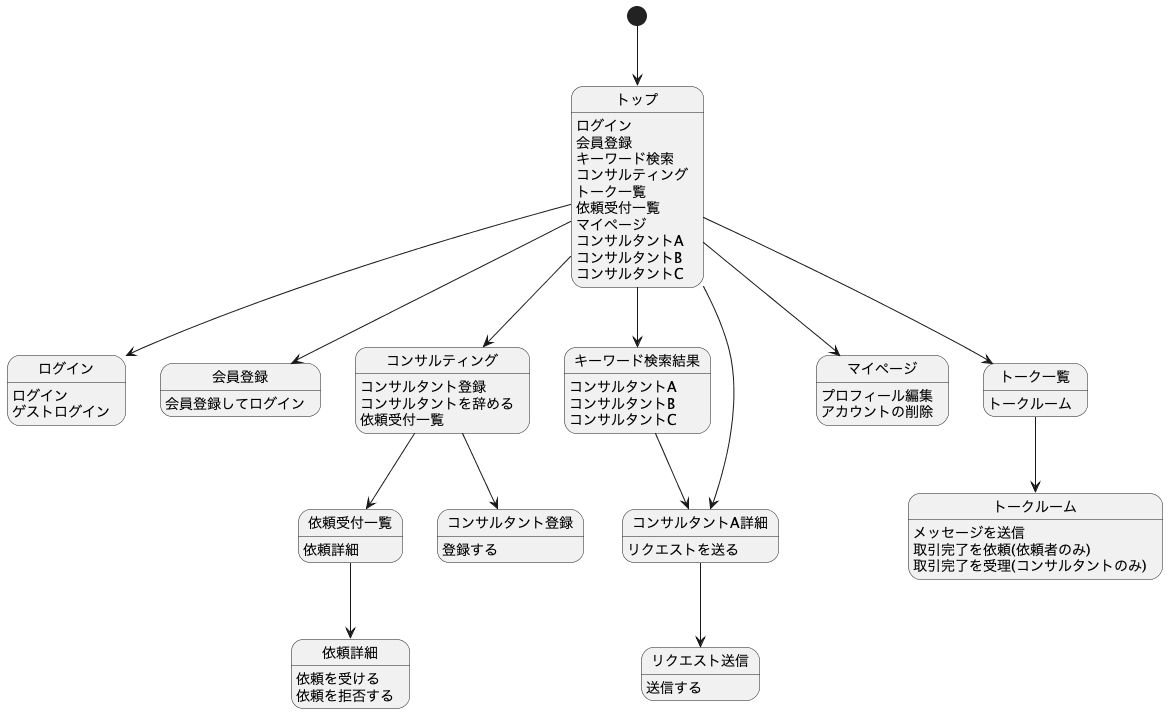
The PlantUML diagram documents/【旧】screen_flow_diagram.png in nobukofu69/origin-idea, before a commit.
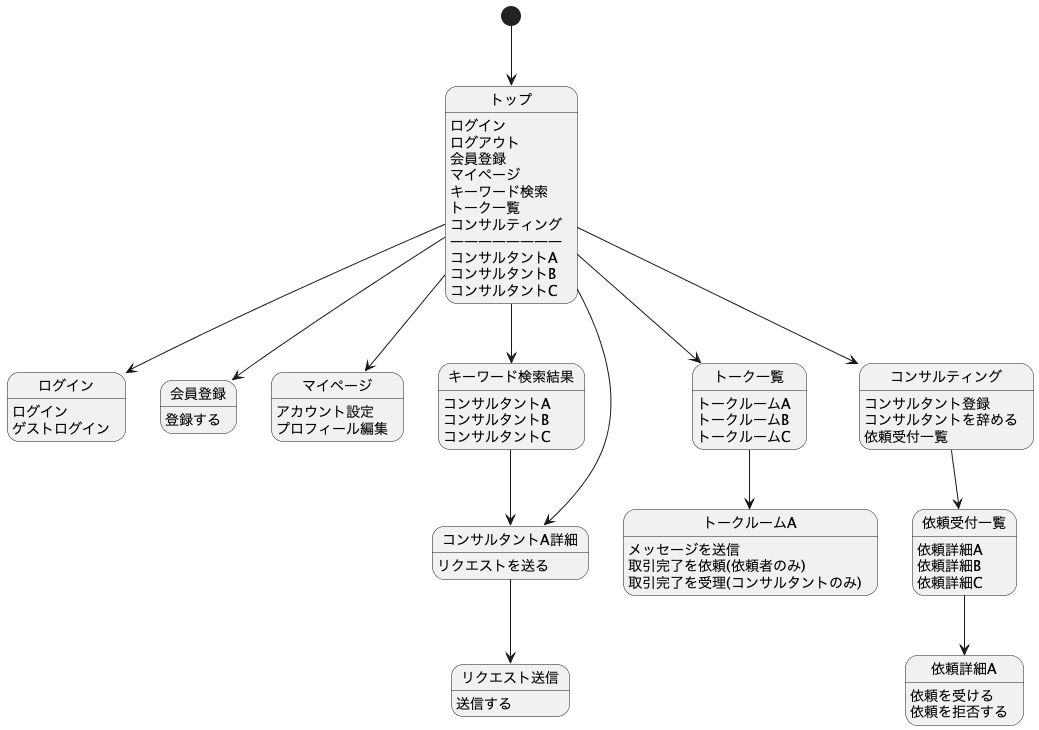
Later version of the same file.

Commit message:
screen_flow_diagramを修正

What changed in the source:
```diff
@@ -2,27 +2,31 @@
 
 [*] --> トップ
 トップ : ログイン
+トップ : ログアウト
 トップ : 会員登録
+トップ : マイページ
 トップ : キーワード検索
+トップ : トーク一覧
 トップ : コンサルティング
-トップ : トーク一覧
-トップ : 依頼受付一覧
-トップ : マイページ
+トップ : ――――――――
 トップ : コンサルタントA
 トップ : コンサルタントB
 トップ : コンサルタントC
 トップ --> ログイン
 トップ --> 会員登録
+トップ --> マイページ
 トップ --> キーワード検索結果
+トップ --> トーク一覧
 トップ --> コンサルティング
-トップ --> トーク一覧
-トップ --> マイページ
 トップ --> コンサルタントA詳細
 
 ログイン : ログイン
 ログイン : ゲストログイン
 
-会員登録 : 会員登録してログイン
+会員登録 : 登録する
+
+マイページ : アカウント設定
+マイページ : プロフィール編集
 
 キーワード検索結果: コンサルタントA
 キーワード検索結果: コンサルタントB
@@ -37,28 +41,23 @@
 コンサルティング : コンサルタント登録
 コンサルティング : コンサルタントを辞める
 コンサルティング : 依頼受付一覧
-コンサルティング --> コンサルタント登録
 コンサルティング --> 依頼受付一覧
 
-コンサルタント登録 : 登録する
+トーク一覧 :トークルームA
+トーク一覧 :トークルームB
+トーク一覧 :トークルームC
+トーク一覧 --> トークルームA
 
-トーク一覧 :トークルーム
-トーク一覧 --> トークルーム
+トークルームA : メッセージを送信
+トークルームA : 取引完了を依頼(依頼者のみ)
+トークルームA : 取引完了を受理(コンサルタントのみ)
 
-トークルーム : メッセージを送信
-トークルーム : 取引完了を依頼(依頼者のみ)
-トークルーム : 取引完了を受理(コンサルタントのみ)
+依頼受付一覧 : 依頼詳細A
+依頼受付一覧 : 依頼詳細B
+依頼受付一覧 : 依頼詳細C
+依頼受付一覧 --> 依頼詳細A
 
-依頼受付一覧 : 依頼詳細
-依頼受付一覧 --> 依頼詳細
-
-依頼詳細 : 依頼を受ける
-依頼詳細 : 依頼を拒否する
-
-
-マイページ : プロフィール編集
-マイページ : アカウントの削除
-
-
+依頼詳細A : 依頼を受ける
+依頼詳細A : 依頼を拒否する
 
 @enduml
```
